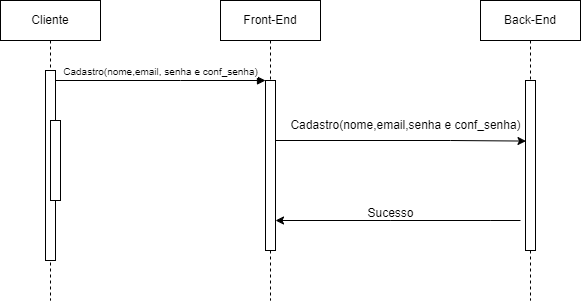
This is arquivosinuteis/diagramasequencia1.drawio.png from Miguel11h/tcc, a draw.io export, as it was before one commit. Source tidied: cells renumbered, new cells last; positions are measured from the earlier drawing's top-left corner, leaving out a move shared by most shapes.
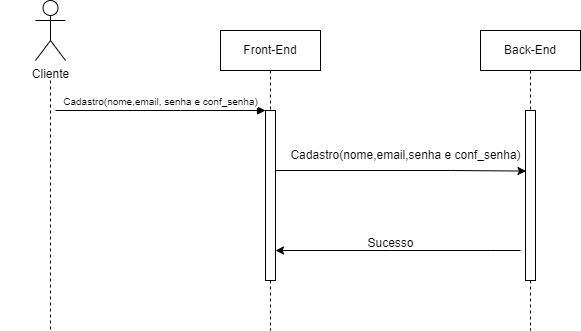
After the change.

Change to the diagram source:
```diff
@@ -1,24 +1,19 @@
-<mxGraphModel>
+<mxGraphModel background="#ffffff">
   <root>
     <mxCell id="0" />
     <mxCell id="1" parent="0" />
-    <mxCell id="2" value="Cliente" style="shape=umlLifeline;perimeter=lifelinePerimeter;whiteSpace=wrap;html=1;newEdgeStyle={&quot;edgeStyle&quot;:&quot;elbowEdgeStyle&quot;,&quot;elbow&quot;:&quot;vertical&quot;,&quot;curved&quot;:0,&quot;rounded&quot;:0};" parent="1" vertex="1">
-      <mxGeometry width="100" height="300" as="geometry" />
+    <mxCell id="2" style="shape=umlLifeline;perimeter=lifelinePerimeter;whiteSpace=wrap;html=1;newEdgeStyle={&quot;edgeStyle&quot;:&quot;elbowEdgeStyle&quot;,&quot;elbow&quot;:&quot;vertical&quot;,&quot;curved&quot;:0,&quot;rounded&quot;:0};size=0;" parent="1" vertex="1">
+      <mxGeometry y="50" width="100" height="250" as="geometry" />
     </mxCell>
-    <mxCell id="3" style="html=1;points=[];perimeter=orthogonalPerimeter;outlineConnect=0;targetShapes=umlLifeline;portConstraint=eastwest;newEdgeStyle={&quot;edgeStyle&quot;:&quot;elbowEdgeStyle&quot;,&quot;elbow&quot;:&quot;vertical&quot;,&quot;curved&quot;:0,&quot;rounded&quot;:0};" parent="2" vertex="1">
-      <mxGeometry x="45" y="70" width="10" height="190" as="geometry" />
-    </mxCell>
-    <mxCell id="4" style="html=1;perimeter=orthogonalPerimeter;targetShapes=umlLifeline;newEdgeStyle={&quot;edgeStyle&quot;:&quot;elbowEdgeStyle&quot;,&quot;elbow&quot;:&quot;vertical&quot;,&quot;curved&quot;:0,&quot;rounded&quot;:0};" parent="2" vertex="1">
-      <mxGeometry x="50" y="120" width="10" height="80" as="geometry" />
-    </mxCell>
     <mxCell id="5" value="Front-End" style="shape=umlLifeline;perimeter=lifelinePerimeter;whiteSpace=wrap;html=1;newEdgeStyle={&quot;edgeStyle&quot;:&quot;elbowEdgeStyle&quot;,&quot;elbow&quot;:&quot;vertical&quot;,&quot;curved&quot;:0,&quot;rounded&quot;:0};" parent="1" vertex="1">
       <mxGeometry x="220" width="100" height="300" as="geometry" />
     </mxCell>
     <mxCell id="6" style="html=1;points=[];perimeter=orthogonalPerimeter;outlineConnect=0;targetShapes=umlLifeline;portConstraint=eastwest;newEdgeStyle={&quot;edgeStyle&quot;:&quot;elbowEdgeStyle&quot;,&quot;elbow&quot;:&quot;vertical&quot;,&quot;curved&quot;:0,&quot;rounded&quot;:0};" parent="5" vertex="1">
       <mxGeometry x="45" y="80" width="10" height="170" as="geometry" />
     </mxCell>
-    <mxCell id="7" value="&lt;font style=&quot;font-size: 10px;&quot;&gt;Cadastro(nome,email, senha e conf_senha)&lt;/font&gt;" style="html=1;verticalAlign=bottom;endArrow=block;edgeStyle=elbowEdgeStyle;elbow=vertical;curved=0;rounded=0;" parent="1" edge="1" source="3" target="6">
+    <mxCell id="7" value="&lt;font style=&quot;font-size: 10px;&quot;&gt;Cadastro(nome,email, senha e conf_senha)&lt;/font&gt;" style="html=1;verticalAlign=bottom;endArrow=block;edgeStyle=elbowEdgeStyle;elbow=vertical;curved=0;rounded=0;" parent="1" edge="1" target="6">
       <mxGeometry relative="1" as="geometry">
+        <mxPoint x="55" y="80" as="sourcePoint" />
         <Array as="points">
           <mxPoint x="180" y="80" />
         </Array>
@@ -52,5 +47,8 @@
     <mxCell id="13" value="Sucesso" style="text;html=1;align=center;verticalAlign=middle;strokeColor=none;fillColor=none;" parent="1" vertex="1">
       <mxGeometry x="355" y="198" width="70" height="30" as="geometry" />
     </mxCell>
+    <mxCell id="14" value="Cliente" style="shape=umlActor;verticalLabelPosition=bottom;verticalAlign=top;html=1;" parent="1" vertex="1">
+      <mxGeometry x="35" y="-30" width="30" height="60" as="geometry" />
+    </mxCell>
   </root>
 </mxGraphModel>
```
